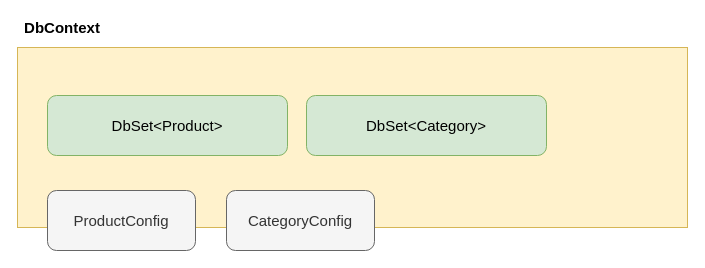
zcomert/btk-akademi-aspnet-core-mvc-bootcamp-samsun keeps this draw.io diagram as page "EF CORE" (2 of 5) of Draws.drawio. Above is the earlier version. Source tidied: cells renumbered, new cells numbered last; positions are measured from the earlier drawing's top-left corner, leaving out a move shared by most shapes. Both pictures are drawn from the tidied source at 100%, with x=0, y=0 at pixel (17, 17).
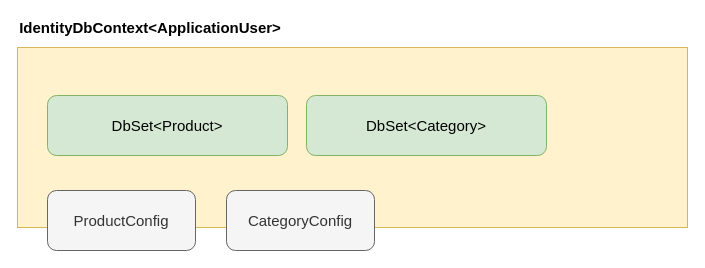
After the change.

What changed in the source:
```diff
@@
 <mxGraphModel>
   <root>
     <mxCell id="0" />
     <mxCell id="1" parent="0" />
     <mxCell id="2" style="rounded=0;whiteSpace=wrap;html=1;fillColor=#fff2cc;strokeColor=#d6b656;" parent="1" vertex="1">
       <mxGeometry y="30" width="670" height="180" as="geometry" />
     </mxCell>
-    <mxCell id="3" value="DbContext" style="text;html=1;strokeColor=none;fillColor=none;align=center;verticalAlign=middle;whiteSpace=wrap;rounded=0;fontSize=15;fontStyle=1;" parent="1" vertex="1">
-      <mxGeometry width="90" height="20" as="geometry" />
+    <mxCell id="3" value="IdentityDbContext&amp;lt;ApplicationUser&amp;gt;" style="text;html=1;strokeColor=none;fillColor=none;align=center;verticalAlign=middle;whiteSpace=wrap;rounded=0;fontSize=15;fontStyle=1;" parent="1" vertex="1">
+      <mxGeometry width="266" height="20" as="geometry" />
     </mxCell>
     <mxCell id="4" value="DbSet&amp;lt;Product&amp;gt;" style="rounded=1;whiteSpace=wrap;html=1;fontSize=15;fillColor=#d5e8d4;strokeColor=#82b366;" parent="1" vertex="1">
       <mxGeometry x="30" y="78" width="240" height="60" as="geometry" />
     </mxCell>
     <mxCell id="5" value="ProductConfig" style="rounded=1;whiteSpace=wrap;html=1;fontSize=15;fillColor=#f5f5f5;strokeColor=#666666;fontColor=#333333;" parent="1" vertex="1">
       <mxGeometry x="30" y="173" width="148" height="60" as="geometry" />
     </mxCell>
     <mxCell id="6" value="DbSet&amp;lt;Category&amp;gt;" style="rounded=1;whiteSpace=wrap;html=1;fontSize=15;fillColor=#d5e8d4;strokeColor=#82b366;" parent="1" vertex="1">
       <mxGeometry x="289" y="78" width="240" height="60" as="geometry" />
     </mxCell>
     <mxCell id="7" value="CategoryConfig" style="rounded=1;whiteSpace=wrap;html=1;fontSize=15;fillColor=#f5f5f5;strokeColor=#666666;fontColor=#333333;" parent="1" vertex="1">
       <mxGeometry x="209" y="173" width="148" height="60" as="geometry" />
     </mxCell>
   </root>
 </mxGraphModel>
```
